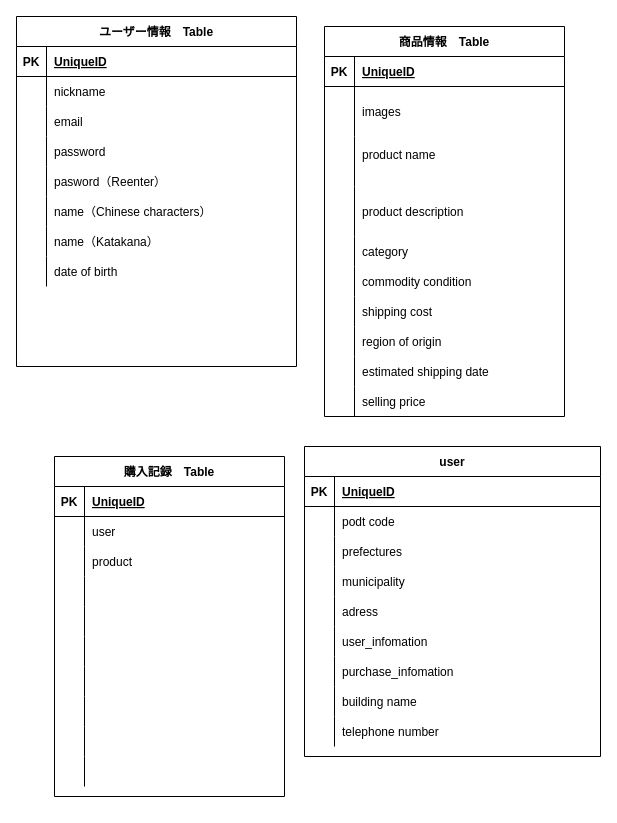
Earlier version of the draw.io diagram app/views/furima.dio (mwyaa7/furima-39056). Source tidied: cells renumbered, new cells numbered last; positions are measured from the earlier drawing's top-left corner, leaving out a move shared by most shapes. Both pictures are drawn from the tidied source at 100%, with x=0, y=0 at pixel (16, 16).
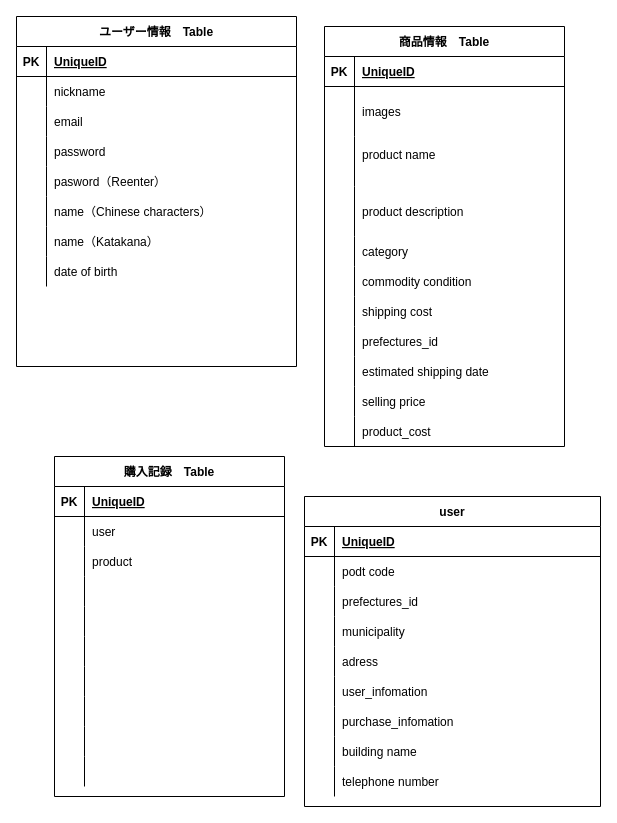
After the change.

Unchanged cells that the change refers to:
```xml
<mxCell id="49" style="shape=tableRow;horizontal=0;startSize=0;swimlaneHead=0;swimlaneBody=0;fillColor=none;top=0;left=0;right=0;bottom=0;" parent="27" vertex="1">
  <mxGeometry y="300" width="240" height="30" as="geometry" />
</mxCell>
<mxCell id="96" style="shape=tableRow;horizontal=0;startSize=0;swimlaneHead=0;swimlaneBody=0;fillColor=none;top=0;left=0;right=0;bottom=0;" parent="89" vertex="1">
  <mxGeometry y="90" width="296" height="30" as="geometry" />
</mxCell>
```

What changed in the source:
```diff
@@
     <mxCell id="27" value="商品情報　Table" style="shape=table;startSize=30;childLayout=tableLayout;rowLines=0;fontStyle=1;align=center;" parent="1" vertex="1">
-      <mxGeometry x="308" y="10" width="240" height="390" as="geometry" />
+      <mxGeometry x="308" y="10" width="240" height="420" as="geometry" />
     </mxCell>
@@
-    <mxCell id="51" value="region of origin" style="shape=partialRectangle;fillColor=none;top=0;left=0;bottom=0;right=0;align=left;spacingLeft=6;overflow=hidden;" parent="49" vertex="1">
+    <mxCell id="51" value="prefectures_id" style="shape=partialRectangle;fillColor=none;top=0;left=0;bottom=0;right=0;align=left;spacingLeft=6;overflow=hidden;" parent="49" vertex="1">
       <mxGeometry x="30" width="210" height="30" as="geometry" />
     </mxCell>
@@
+    <mxCell id="117" style="shape=tableRow;horizontal=0;startSize=0;swimlaneHead=0;swimlaneBody=0;fillColor=none;top=0;left=0;right=0;bottom=0;" parent="27" vertex="1">
+      <mxGeometry y="390" width="240" height="30" as="geometry" />
+    </mxCell>
+    <mxCell id="118" style="shape=partialRectangle;fillColor=none;top=0;left=0;bottom=0;right=0;overflow=hidden;" parent="117" vertex="1">
+      <mxGeometry width="30" height="30" as="geometry" />
+    </mxCell>
+    <mxCell id="119" value="product_cost　" style="shape=partialRectangle;fillColor=none;top=0;left=0;bottom=0;right=0;align=left;spacingLeft=6;overflow=hidden;" parent="117" vertex="1">
+      <mxGeometry x="30" width="210" height="30" as="geometry" />
+    </mxCell>
@@
     <mxCell id="89" value="user" style="shape=table;startSize=30;childLayout=tableLayout;rowLines=0;fontStyle=1;align=center;" parent="1" vertex="1">
-      <mxGeometry x="288" y="430" width="296" height="310" as="geometry" />
+      <mxGeometry x="288" y="480" width="296" height="310" as="geometry" />
     </mxCell>
@@
-    <mxCell id="98" value="prefectures" style="shape=partialRectangle;fillColor=none;top=0;left=0;bottom=0;right=0;align=left;spacingLeft=6;overflow=hidden;" parent="96" vertex="1">
+    <mxCell id="98" value="prefectures_id" style="shape=partialRectangle;fillColor=none;top=0;left=0;bottom=0;right=0;align=left;spacingLeft=6;overflow=hidden;" parent="96" vertex="1">
       <mxGeometry x="30" width="266" height="30" as="geometry" />
     </mxCell>
```
